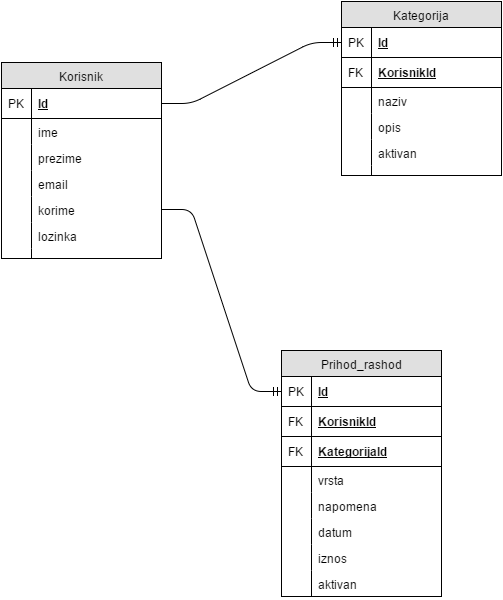
Earlier version of the draw.io export er.png (dhorvat3/Personal-Finance). Source tidied: cells renumbered, new cells last; positions are measured from the earlier drawing's top-left corner, leaving out a move shared by most shapes.
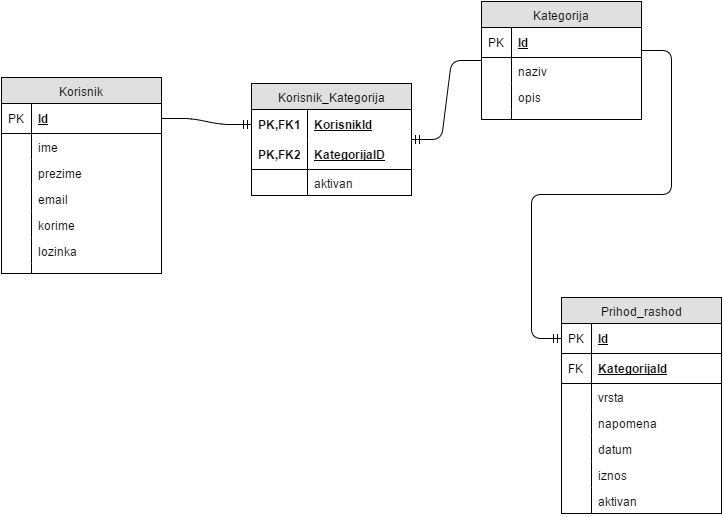
After the change.

The edit, as a diff of the source:
```diff
@@ -3,7 +3,7 @@
     <mxCell id="0" />
     <mxCell id="1" parent="0" />
     <mxCell id="2" value="Korisnik" style="swimlane;html=1;fontStyle=0;horizontal=1;startSize=26;fillColor=#e0e0e0;swimlaneFillColor=#ffffff;align=center;" parent="1" vertex="1">
-      <mxGeometry y="61" width="160" height="196" as="geometry" />
+      <mxGeometry x="-30" y="130" width="160" height="196" as="geometry" />
     </mxCell>
     <mxCell id="3" value="Id" style="shape=partialRectangle;top=0;left=0;right=0;bottom=1;html=1;align=left;verticalAlign=middle;fillColor=none;spacingLeft=34;spacingRight=4;whiteSpace=wrap;overflow=hidden;points=[[0,0.5],[1,0.5]];portConstraint=eastwest;fontStyle=5;" parent="2" vertex="1">
       <mxGeometry y="26" width="160" height="30" as="geometry" />
@@ -48,7 +48,7 @@
       <mxGeometry width="30" height="10" as="geometry" />
     </mxCell>
     <mxCell id="17" value="Prihod_rashod" style="swimlane;html=1;fontStyle=0;horizontal=1;startSize=26;fillColor=#e0e0e0;swimlaneFillColor=#ffffff;align=center;" parent="1" vertex="1">
-      <mxGeometry x="280" y="349" width="160" height="246" as="geometry" />
+      <mxGeometry x="530" y="350" width="160" height="216" as="geometry" />
     </mxCell>
     <mxCell id="18" value="Id" style="shape=partialRectangle;top=0;left=0;right=0;bottom=1;html=1;align=left;verticalAlign=middle;fillColor=none;spacingLeft=34;spacingRight=4;whiteSpace=wrap;overflow=hidden;points=[[0,0.5],[1,0.5]];portConstraint=eastwest;fontStyle=5;" parent="17" vertex="1">
       <mxGeometry y="26" width="160" height="30" as="geometry" />
@@ -56,56 +56,50 @@
     <mxCell id="19" value="PK" style="shape=partialRectangle;top=0;left=0;bottom=0;html=1;fillColor=none;align=left;verticalAlign=middle;spacingLeft=4;spacingRight=4;whiteSpace=wrap;overflow=hidden;" parent="18" vertex="1">
       <mxGeometry width="30" height="30" as="geometry" />
     </mxCell>
-    <mxCell id="20" value="KorisnikId" style="shape=partialRectangle;top=0;left=0;right=0;bottom=1;html=1;align=left;verticalAlign=middle;fillColor=none;spacingLeft=34;spacingRight=4;whiteSpace=wrap;overflow=hidden;fontStyle=5;" parent="17" vertex="1">
-      <mxGeometry y="56" width="160" height="30" as="geometry" />
-    </mxCell>
-    <mxCell id="21" value="FK" style="shape=partialRectangle;top=0;left=0;bottom=0;html=1;fillColor=none;align=left;verticalAlign=middle;spacingLeft=4;spacingRight=4;whiteSpace=wrap;overflow=hidden;" parent="20" vertex="1">
-      <mxGeometry width="30" height="30" as="geometry" />
-    </mxCell>
     <mxCell id="22" value="KategorijaId" style="shape=partialRectangle;top=0;left=0;right=0;bottom=1;html=1;align=left;verticalAlign=middle;fillColor=none;spacingLeft=34;spacingRight=4;whiteSpace=wrap;overflow=hidden;fontStyle=5;" parent="17" vertex="1">
-      <mxGeometry y="86" width="160" height="30" as="geometry" />
+      <mxGeometry y="56" width="160" height="30" as="geometry" />
     </mxCell>
     <mxCell id="23" value="FK" style="shape=partialRectangle;top=0;left=0;bottom=0;html=1;fillColor=none;align=left;verticalAlign=middle;spacingLeft=4;spacingRight=4;whiteSpace=wrap;overflow=hidden;" parent="22" vertex="1">
       <mxGeometry width="30" height="30" as="geometry" />
     </mxCell>
     <mxCell id="24" value="vrsta" style="shape=partialRectangle;top=0;left=0;right=0;bottom=0;html=1;align=left;verticalAlign=top;fillColor=none;spacingLeft=34;spacingRight=4;whiteSpace=wrap;overflow=hidden;" parent="17" vertex="1">
-      <mxGeometry y="116" width="160" height="26" as="geometry" />
+      <mxGeometry y="86" width="160" height="26" as="geometry" />
     </mxCell>
     <mxCell id="25" style="shape=partialRectangle;top=0;left=0;bottom=0;html=1;fillColor=none;align=left;verticalAlign=top;spacingLeft=4;spacingRight=4;whiteSpace=wrap;overflow=hidden;" parent="24" vertex="1">
       <mxGeometry width="30" height="26" as="geometry" />
     </mxCell>
     <mxCell id="26" value="napomena" style="shape=partialRectangle;top=0;left=0;right=0;bottom=0;html=1;align=left;verticalAlign=top;fillColor=none;spacingLeft=34;spacingRight=4;whiteSpace=wrap;overflow=hidden;" parent="17" vertex="1">
-      <mxGeometry y="142" width="160" height="26" as="geometry" />
+      <mxGeometry y="112" width="160" height="26" as="geometry" />
     </mxCell>
     <mxCell id="27" style="shape=partialRectangle;top=0;left=0;bottom=0;html=1;fillColor=none;align=left;verticalAlign=top;spacingLeft=4;spacingRight=4;whiteSpace=wrap;overflow=hidden;" parent="26" vertex="1">
       <mxGeometry width="30" height="26" as="geometry" />
     </mxCell>
     <mxCell id="28" value="datum" style="shape=partialRectangle;top=0;left=0;right=0;bottom=0;html=1;align=left;verticalAlign=top;fillColor=none;spacingLeft=34;spacingRight=4;whiteSpace=wrap;overflow=hidden;" parent="17" vertex="1">
-      <mxGeometry y="168" width="160" height="26" as="geometry" />
+      <mxGeometry y="138" width="160" height="26" as="geometry" />
     </mxCell>
     <mxCell id="29" style="shape=partialRectangle;top=0;left=0;bottom=0;html=1;fillColor=none;align=left;verticalAlign=top;spacingLeft=4;spacingRight=4;whiteSpace=wrap;overflow=hidden;" parent="28" vertex="1">
       <mxGeometry width="30" height="26" as="geometry" />
     </mxCell>
     <mxCell id="30" value="iznos" style="shape=partialRectangle;top=0;left=0;right=0;bottom=0;html=1;align=left;verticalAlign=top;fillColor=none;spacingLeft=34;spacingRight=4;whiteSpace=wrap;overflow=hidden;" parent="17" vertex="1">
-      <mxGeometry y="194" width="160" height="26" as="geometry" />
+      <mxGeometry y="164" width="160" height="26" as="geometry" />
     </mxCell>
     <mxCell id="31" style="shape=partialRectangle;top=0;left=0;bottom=0;html=1;fillColor=none;align=left;verticalAlign=top;spacingLeft=4;spacingRight=4;whiteSpace=wrap;overflow=hidden;" parent="30" vertex="1">
       <mxGeometry width="30" height="26" as="geometry" />
     </mxCell>
     <mxCell id="32" value="aktivan" style="shape=partialRectangle;top=0;left=0;right=0;bottom=0;html=1;align=left;verticalAlign=top;fillColor=none;spacingLeft=34;spacingRight=4;whiteSpace=wrap;overflow=hidden;" parent="17" vertex="1">
-      <mxGeometry y="220" width="160" height="26" as="geometry" />
+      <mxGeometry y="190" width="160" height="26" as="geometry" />
     </mxCell>
     <mxCell id="33" style="shape=partialRectangle;top=0;left=0;bottom=0;html=1;fillColor=none;align=left;verticalAlign=top;spacingLeft=4;spacingRight=4;whiteSpace=wrap;overflow=hidden;" parent="32" vertex="1">
       <mxGeometry width="30" height="26" as="geometry" />
     </mxCell>
     <mxCell id="34" style="shape=partialRectangle;top=0;left=0;right=0;bottom=0;html=1;align=left;verticalAlign=top;fillColor=none;spacingLeft=34;spacingRight=4;whiteSpace=wrap;overflow=hidden;" parent="17" vertex="1">
-      <mxGeometry y="246" width="160" as="geometry" />
+      <mxGeometry y="216" width="160" as="geometry" />
     </mxCell>
     <mxCell id="35" style="shape=partialRectangle;top=0;left=0;bottom=0;html=1;fillColor=none;align=left;verticalAlign=top;spacingLeft=4;spacingRight=4;whiteSpace=wrap;overflow=hidden;" parent="34" vertex="1">
       <mxGeometry width="30" as="geometry" />
     </mxCell>
     <mxCell id="36" value="Kategorija" style="swimlane;html=1;fontStyle=0;horizontal=1;startSize=26;fillColor=#e0e0e0;swimlaneFillColor=#ffffff;align=center;" parent="1" vertex="1">
-      <mxGeometry x="340" width="160" height="174" as="geometry" />
+      <mxGeometry x="450" y="54" width="160" height="118" as="geometry" />
     </mxCell>
     <mxCell id="37" value="Id" style="shape=partialRectangle;top=0;left=0;right=0;bottom=1;html=1;align=left;verticalAlign=middle;fillColor=none;spacingLeft=34;spacingRight=4;whiteSpace=wrap;overflow=hidden;points=[[0,0.5],[1,0.5]];portConstraint=eastwest;fontStyle=5;" parent="36" vertex="1">
       <mxGeometry y="26" width="160" height="30" as="geometry" />
@@ -113,41 +107,53 @@
     <mxCell id="38" value="PK" style="shape=partialRectangle;top=0;left=0;bottom=0;html=1;fillColor=none;align=left;verticalAlign=middle;spacingLeft=4;spacingRight=4;whiteSpace=wrap;overflow=hidden;" parent="37" vertex="1">
       <mxGeometry width="30" height="30" as="geometry" />
     </mxCell>
-    <mxCell id="39" value="KorisnikId" style="shape=partialRectangle;top=0;left=0;right=0;bottom=1;html=1;align=left;verticalAlign=middle;fillColor=none;spacingLeft=34;spacingRight=4;whiteSpace=wrap;overflow=hidden;fontStyle=5;" parent="36" vertex="1">
-      <mxGeometry y="56" width="160" height="30" as="geometry" />
-    </mxCell>
-    <mxCell id="40" value="FK" style="shape=partialRectangle;top=0;left=0;bottom=0;html=1;fillColor=none;align=left;verticalAlign=middle;spacingLeft=4;spacingRight=4;whiteSpace=wrap;overflow=hidden;" parent="39" vertex="1">
-      <mxGeometry width="30" height="30" as="geometry" />
-    </mxCell>
     <mxCell id="41" value="naziv" style="shape=partialRectangle;top=0;left=0;right=0;bottom=0;html=1;align=left;verticalAlign=top;fillColor=none;spacingLeft=34;spacingRight=4;whiteSpace=wrap;overflow=hidden;" parent="36" vertex="1">
-      <mxGeometry y="86" width="160" height="26" as="geometry" />
+      <mxGeometry y="56" width="160" height="26" as="geometry" />
     </mxCell>
     <mxCell id="42" style="shape=partialRectangle;top=0;left=0;bottom=0;html=1;fillColor=none;align=left;verticalAlign=top;spacingLeft=4;spacingRight=4;whiteSpace=wrap;overflow=hidden;" parent="41" vertex="1">
       <mxGeometry width="30" height="26" as="geometry" />
     </mxCell>
     <mxCell id="43" value="opis" style="shape=partialRectangle;top=0;left=0;right=0;bottom=0;html=1;align=left;verticalAlign=top;fillColor=none;spacingLeft=34;spacingRight=4;whiteSpace=wrap;overflow=hidden;" parent="36" vertex="1">
-      <mxGeometry y="112" width="160" height="26" as="geometry" />
+      <mxGeometry y="82" width="160" height="26" as="geometry" />
     </mxCell>
     <mxCell id="44" style="shape=partialRectangle;top=0;left=0;bottom=0;html=1;fillColor=none;align=left;verticalAlign=top;spacingLeft=4;spacingRight=4;whiteSpace=wrap;overflow=hidden;" parent="43" vertex="1">
       <mxGeometry width="30" height="26" as="geometry" />
     </mxCell>
-    <mxCell id="45" value="aktivan" style="shape=partialRectangle;top=0;left=0;right=0;bottom=0;html=1;align=left;verticalAlign=top;fillColor=none;spacingLeft=34;spacingRight=4;whiteSpace=wrap;overflow=hidden;" parent="36" vertex="1">
-      <mxGeometry y="138" width="160" height="26" as="geometry" />
-    </mxCell>
-    <mxCell id="46" style="shape=partialRectangle;top=0;left=0;bottom=0;html=1;fillColor=none;align=left;verticalAlign=top;spacingLeft=4;spacingRight=4;whiteSpace=wrap;overflow=hidden;" parent="45" vertex="1">
-      <mxGeometry width="30" height="26" as="geometry" />
-    </mxCell>
     <mxCell id="47" style="shape=partialRectangle;top=0;left=0;right=0;bottom=0;html=1;align=left;verticalAlign=top;fillColor=none;spacingLeft=34;spacingRight=4;whiteSpace=wrap;overflow=hidden;" parent="36" vertex="1">
-      <mxGeometry y="164" width="160" height="10" as="geometry" />
+      <mxGeometry y="108" width="160" height="10" as="geometry" />
     </mxCell>
     <mxCell id="48" style="shape=partialRectangle;top=0;left=0;bottom=0;html=1;fillColor=none;align=left;verticalAlign=top;spacingLeft=4;spacingRight=4;whiteSpace=wrap;overflow=hidden;" parent="47" vertex="1">
       <mxGeometry width="30" height="10" as="geometry" />
     </mxCell>
-    <mxCell id="49" style="edgeStyle=entityRelationEdgeStyle;html=1;endArrow=ERmandOne;entryX=0;entryY=0.5;exitX=1;exitY=0.5;" parent="1" edge="1" source="3" target="37">
-      <mxGeometry relative="1" as="geometry" />
-    </mxCell>
-    <mxCell id="50" style="edgeStyle=entityRelationEdgeStyle;html=1;endArrow=ERmandOne;entryX=0;entryY=0.5;" parent="1" edge="1" source="11" target="18">
+    <mxCell id="50" style="edgeStyle=entityRelationEdgeStyle;html=1;endArrow=ERmandOne;entryX=0;entryY=0.5;exitX=1;exitY=0.767;exitPerimeter=0;" parent="1" edge="1" source="37" target="18">
       <mxGeometry x="280" y="127" as="geometry" />
     </mxCell>
+    <mxCell id="51" value="Korisnik_Kategorija" style="swimlane;html=1;fontStyle=0;horizontal=1;startSize=26;fillColor=#e0e0e0;swimlaneFillColor=#ffffff;align=center;strokeWidth=1;" parent="1" vertex="1">
+      <mxGeometry x="220" y="136" width="160" height="112" as="geometry" />
+    </mxCell>
+    <mxCell id="52" value="KorisnikId" style="shape=partialRectangle;top=0;left=0;right=0;bottom=0;html=1;align=left;verticalAlign=middle;fillColor=none;spacingLeft=60;spacingRight=4;whiteSpace=wrap;overflow=hidden;points=[[0,0.5],[1,0.5]];portConstraint=eastwest;fontStyle=5;" parent="51" vertex="1">
+      <mxGeometry y="26" width="160" height="30" as="geometry" />
+    </mxCell>
+    <mxCell id="53" value="PK,FK1" style="shape=partialRectangle;fontStyle=1;top=0;left=0;bottom=0;html=1;fillColor=none;align=left;verticalAlign=middle;spacingLeft=4;spacingRight=4;whiteSpace=wrap;overflow=hidden;" parent="52" vertex="1">
+      <mxGeometry width="56" height="30" as="geometry" />
+    </mxCell>
+    <mxCell id="54" value="KategorijaID" style="shape=partialRectangle;top=0;left=0;right=0;bottom=1;html=1;align=left;verticalAlign=middle;fillColor=none;spacingLeft=60;spacingRight=4;whiteSpace=wrap;overflow=hidden;fontStyle=5;" parent="51" vertex="1">
+      <mxGeometry y="56" width="160" height="30" as="geometry" />
+    </mxCell>
+    <mxCell id="55" value="PK,FK2" style="shape=partialRectangle;fontStyle=1;top=0;left=0;bottom=0;html=1;fillColor=none;align=left;verticalAlign=middle;spacingLeft=4;spacingRight=4;whiteSpace=wrap;overflow=hidden;" parent="54" vertex="1">
+      <mxGeometry width="56" height="30" as="geometry" />
+    </mxCell>
+    <mxCell id="45" value="aktivan" style="shape=partialRectangle;top=0;left=0;right=0;bottom=0;html=1;align=left;verticalAlign=top;fillColor=none;spacingLeft=60;spacingRight=4;whiteSpace=wrap;overflow=hidden;" parent="51" vertex="1">
+      <mxGeometry y="86" width="160" height="26" as="geometry" />
+    </mxCell>
+    <mxCell id="56" style="shape=partialRectangle;top=0;left=0;bottom=0;html=1;fillColor=none;align=left;verticalAlign=top;spacingLeft=4;spacingRight=4;whiteSpace=wrap;overflow=hidden;" parent="45" vertex="1">
+      <mxGeometry width="56" height="26" as="geometry" />
+    </mxCell>
+    <mxCell id="57" style="edgeStyle=entityRelationEdgeStyle;html=1;endArrow=ERmandOne;exitX=1;exitY=0.5;entryX=0;entryY=0.5;" parent="1" edge="1" source="3" target="52">
+      <mxGeometry x="290" y="137" as="geometry" />
+    </mxCell>
+    <mxCell id="58" style="edgeStyle=entityRelationEdgeStyle;html=1;endArrow=ERmandOne;" parent="1" edge="1" source="36" target="51">
+      <mxGeometry relative="1" as="geometry" />
+    </mxCell>
   </root>
 </mxGraphModel>
```
